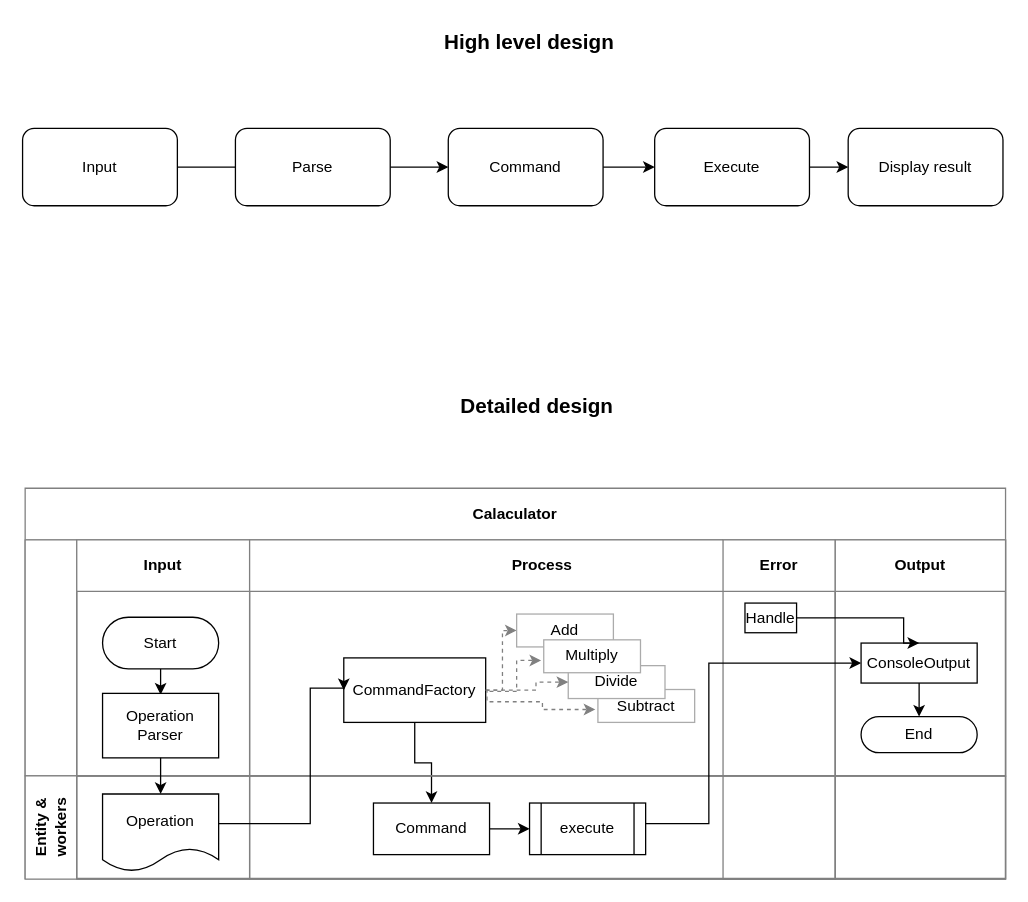
Before: design.drawio in arunzone/mywave-calculator, a draw.io diagram. Source tidied: cells renumbered, new cells numbered last; positions are measured from the earlier drawing's top-left corner, leaving out a move shared by most shapes. Both pictures are drawn from the tidied source at 129%, with x=0, y=0 at pixel (22, 22).
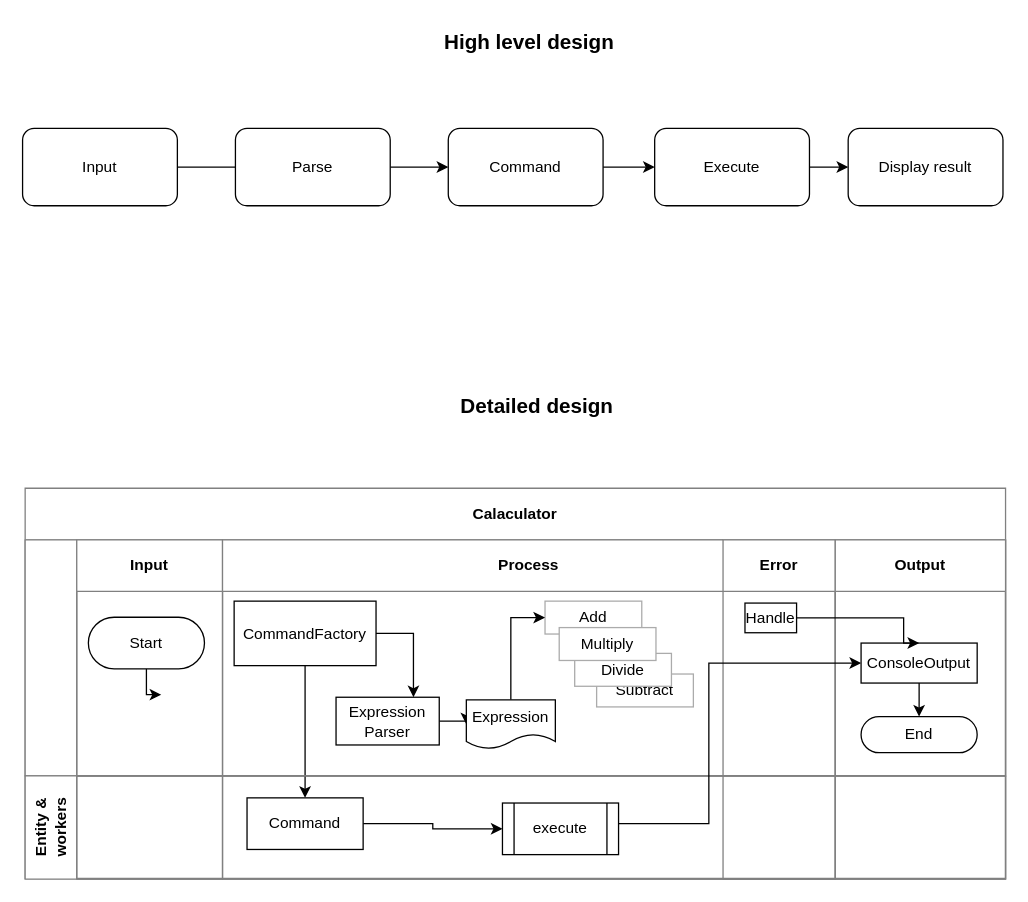
Above is the later version.

Commit message (it also covers changes not shown here):
Update code coverage report and documentation

Unchanged cells that the change refers to:
```xml
<mxCell id="2" value="Calaculator" style="shape=table;childLayout=tableLayout;rowLines=0;columnLines=0;startSize=40;html=1;whiteSpace=wrap;fontStyle=1;strokeColor=#808080;" parent="1" vertex="1">
  <mxGeometry x="2" y="361" width="760" height="302.5" as="geometry" />
</mxCell>
<mxCell id="3" style="swimlane;horizontal=0;startSize=40;html=1;whiteSpace=wrap;strokeColor=#808080;" parent="2" vertex="1">
  <mxGeometry y="40" width="760" height="183" as="geometry" />
</mxCell>
<mxCell id="23" value="Entity &amp;amp; workers" style="swimlane;horizontal=0;startSize=40;html=1;whiteSpace=wrap;strokeColor=#808080;" parent="2" vertex="1">
  <mxGeometry y="223" width="760" height="80" as="geometry" />
</mxCell>
```

The edit, as a diff of the source:
```diff
@@
     <mxCell id="4" value="Input" style="swimlane;startSize=40;html=1;whiteSpace=wrap;strokeColor=#808080;" parent="3" vertex="1">
-      <mxGeometry x="40" width="134" height="183" as="geometry" />
+      <mxGeometry x="40" width="113" height="183" as="geometry" />
     </mxCell>
@@
     <mxCell id="6" value="Start" style="rounded=1;whiteSpace=wrap;html=1;arcSize=50;" parent="4" vertex="1">
-      <mxGeometry x="20" y="60" width="90" height="40" as="geometry" />
+      <mxGeometry x="9" y="60" width="90" height="40" as="geometry" />
     </mxCell>
-    <mxCell id="7" value="Operation Parser" style="rounded=0;whiteSpace=wrap;html=1;" parent="4" vertex="1">
-      <mxGeometry x="20" y="119" width="90" height="50" as="geometry" />
-    </mxCell>
     <mxCell id="8" value="Process" style="swimlane;startSize=40;html=1;whiteSpace=wrap;strokeColor=#808080;" parent="3" vertex="1">
-      <mxGeometry x="174" width="454" height="183" as="geometry" />
+      <mxGeometry x="153" width="475" height="183" as="geometry" />
     </mxCell>
-    <mxCell id="9" style="edgeStyle=orthogonalEdgeStyle;rounded=0;jettySize=auto;html=1;exitX=1;exitY=0.5;exitDx=0;exitDy=0;entryX=0;entryY=0.5;entryDx=0;entryDy=0;strokeColor=#808080;dashed=1;" parent="8" edge="1" source="10" target="13">
-      <mxGeometry relative="1" as="geometry">
-        <Array as="points">
-          <mxPoint x="196" y="116.5" />
-          <mxPoint x="196" y="70.5" />
-        </Array>
-      </mxGeometry>
-    </mxCell>
+    <mxCell id="48" style="edgeStyle=orthogonalEdgeStyle;rounded=0;jettySize=auto;html=1;exitX=1;exitY=0.5;exitDx=0;exitDy=0;entryX=0.75;entryY=0;entryDx=0;entryDy=0;" parent="8" edge="1" source="10" target="7">
+      <mxGeometry relative="1" as="geometry" />
+    </mxCell>
     <mxCell id="10" value="CommandFactory" style="rounded=0;whiteSpace=wrap;html=1;" parent="8" vertex="1">
-      <mxGeometry x="73" y="91.5" width="110" height="50" as="geometry" />
+      <mxGeometry x="9" y="47.5" width="110" height="50" as="geometry" />
     </mxCell>
     <mxCell id="11" value="Error" style="swimlane;startSize=40;html=1;whiteSpace=wrap;strokeColor=#808080;" parent="8" vertex="1">
-      <mxGeometry x="367" width="87" height="263" as="geometry" />
+      <mxGeometry x="388" width="87" height="263" as="geometry" />
     </mxCell>
@@
     <mxCell id="13" value="Add" style="rounded=0;whiteSpace=wrap;html=1;strokeColor=#ABABAB;" parent="8" vertex="1">
-      <mxGeometry x="207" y="57.5" width="75" height="25.5" as="geometry" />
+      <mxGeometry x="250" y="47.5" width="75" height="25.5" as="geometry" />
     </mxCell>
     <mxCell id="14" value="Subtract" style="rounded=0;whiteSpace=wrap;html=1;strokeColor=#ABABAB;" parent="8" vertex="1">
-      <mxGeometry x="270" y="116" width="75" height="25.5" as="geometry" />
+      <mxGeometry x="290" y="104" width="75" height="25.5" as="geometry" />
     </mxCell>
     <mxCell id="15" value="Divide" style="rounded=0;whiteSpace=wrap;html=1;strokeColor=#ABABAB;" parent="8" vertex="1">
-      <mxGeometry x="247" y="97.5" width="75" height="25.5" as="geometry" />
+      <mxGeometry x="273" y="88" width="75" height="25.5" as="geometry" />
     </mxCell>
-    <mxCell id="16" style="edgeStyle=orthogonalEdgeStyle;rounded=0;jettySize=auto;html=1;strokeColor=#808080;dashed=1;entryX=0;entryY=0.5;entryDx=0;entryDy=0;exitX=1;exitY=0.5;exitDx=0;exitDy=0;" parent="8" edge="1" source="10" target="15">
-      <mxGeometry relative="1" as="geometry">
-        <Array as="points">
-          <mxPoint x="222" y="116.5" />
-          <mxPoint x="222" y="110.5" />
-        </Array>
-      </mxGeometry>
-    </mxCell>
+    <mxCell id="31" style="edgeStyle=orthogonalEdgeStyle;rounded=0;jettySize=auto;html=1;exitX=1;exitY=0.5;exitDx=0;exitDy=0;entryX=0;entryY=0.5;entryDx=0;entryDy=0;" parent="8" edge="1" source="7" target="25">
+      <mxGeometry relative="1" as="geometry" />
+    </mxCell>
+    <mxCell id="7" value="Expression Parser" style="rounded=0;whiteSpace=wrap;html=1;" parent="8" vertex="1">
+      <mxGeometry x="88" y="122" width="80" height="37" as="geometry" />
+    </mxCell>
+    <mxCell id="45" value="Multiply" style="rounded=0;whiteSpace=wrap;html=1;strokeColor=#ABABAB;" parent="8" vertex="1">
+      <mxGeometry x="261" y="68" width="75" height="25.5" as="geometry" />
+    </mxCell>
+    <mxCell id="49" style="edgeStyle=orthogonalEdgeStyle;rounded=0;jettySize=auto;html=1;exitX=0.5;exitY=0;exitDx=0;exitDy=0;entryX=0;entryY=0.5;entryDx=0;entryDy=0;" parent="8" edge="1" source="25" target="13">
+      <mxGeometry relative="1" as="geometry" />
+    </mxCell>
+    <mxCell id="25" value="Expression" style="shape=document;whiteSpace=wrap;html=1;boundedLbl=1;" parent="8" vertex="1">
+      <mxGeometry x="189" y="124" width="69" height="38" as="geometry" />
+    </mxCell>
@@
     <mxCell id="24" style="swimlane;startSize=0;html=1;whiteSpace=wrap;strokeColor=#808080;" parent="23" vertex="1">
-      <mxGeometry x="40" width="134" height="80" as="geometry" />
+      <mxGeometry x="40" width="113" height="80" as="geometry" />
     </mxCell>
-    <mxCell id="25" value="Operation" style="shape=document;whiteSpace=wrap;html=1;boundedLbl=1;" parent="24" vertex="1">
-      <mxGeometry x="20" y="14" width="90" height="60" as="geometry" />
-    </mxCell>
     <mxCell id="26" style="swimlane;startSize=0;html=1;whiteSpace=wrap;strokeColor=#808080;" parent="23" vertex="1">
-      <mxGeometry x="174" width="454" height="80" as="geometry" />
+      <mxGeometry x="153" width="475" height="80" as="geometry" />
     </mxCell>
@@
     <mxCell id="28" value="Command" style="rounded=0;whiteSpace=wrap;html=1;" parent="26" vertex="1">
-      <mxGeometry x="96" y="21" width="90" height="40" as="geometry" />
+      <mxGeometry x="19" y="17" width="90" height="40" as="geometry" />
     </mxCell>
@@
-    <mxCell id="31" style="edgeStyle=orthogonalEdgeStyle;rounded=0;jettySize=auto;html=1;" parent="2" edge="1" source="7" target="25">
-      <mxGeometry relative="1" as="geometry" />
-    </mxCell>
-    <mxCell id="32" style="edgeStyle=orthogonalEdgeStyle;rounded=0;jettySize=auto;html=1;entryX=0;entryY=0.5;entryDx=0;entryDy=0;" parent="2" edge="1" source="25" target="10">
-      <mxGeometry relative="1" as="geometry">
-        <Array as="points">
-          <mxPoint x="221" y="260" />
-          <mxPoint x="221" y="155" />
-        </Array>
-      </mxGeometry>
-    </mxCell>
@@
-    <mxCell id="45" value="Multiply" style="rounded=0;whiteSpace=wrap;html=1;strokeColor=#ABABAB;" parent="1" vertex="1">
-      <mxGeometry x="404" y="478.5" width="75" height="25.5" as="geometry" />
-    </mxCell>
-    <mxCell id="46" style="edgeStyle=orthogonalEdgeStyle;rounded=0;orthogonalLoop=1;jettySize=auto;html=1;strokeColor=#808080;dashed=1;" parent="1" edge="1">
-      <mxGeometry relative="1" as="geometry">
-        <mxPoint x="362" y="518.5" as="sourcePoint" />
-        <mxPoint x="402" y="494.5" as="targetPoint" />
-        <Array as="points">
-          <mxPoint x="383" y="518.5" />
-          <mxPoint x="383" y="494.5" />
-        </Array>
-      </mxGeometry>
-    </mxCell>
-    <mxCell id="47" style="edgeStyle=orthogonalEdgeStyle;rounded=0;jettySize=auto;html=1;strokeColor=#808080;dashed=1;exitX=1;exitY=0.5;exitDx=0;exitDy=0;" parent="1" edge="1" source="10">
-      <mxGeometry relative="1" as="geometry">
-        <mxPoint x="444" y="532.5" as="targetPoint" />
-        <Array as="points">
-          <mxPoint x="360" y="526.5" />
-          <mxPoint x="403" y="526.5" />
-          <mxPoint x="403" y="532.5" />
-        </Array>
-      </mxGeometry>
-    </mxCell>
```
